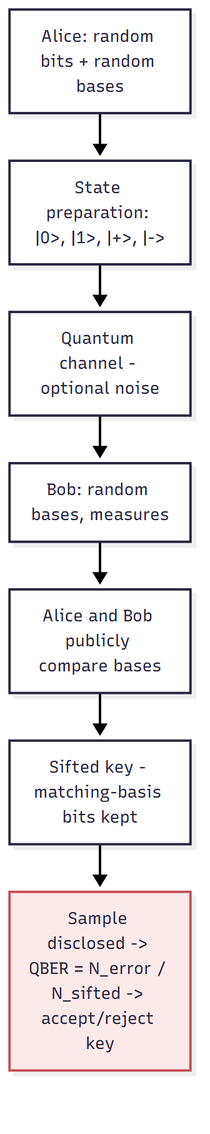
Before: artifacts/figures/diagrams/bb84_protocol_diagram.png, a diagram exported from Mermaid (Debshata/QSFD). Its source is kept beside it as artifacts/diagrams_src/bb84_protocol_diagram.mmd.
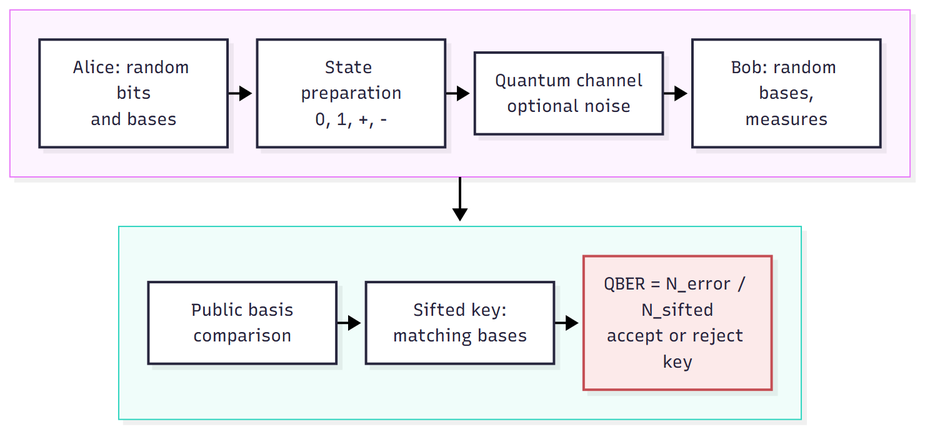
The same file after the commit.

Change to the diagram source:
```diff
@@ -1,8 +1,11 @@
-graph TD
-    A[Alice: random bits + random bases] --> B["State preparation: |0>, |1>, |+>, |->"]
-    B --> C[Quantum channel - optional noise]
-    C --> D[Bob: random bases, measures]
-    D --> E[Alice and Bob publicly compare bases]
-    E --> F[Sifted key - matching-basis bits kept]
-    F --> G["Sample disclosed -> QBER = N_error / N_sifted -> accept/reject key"]
+flowchart TB
+    subgraph R1[" "]
+        direction LR
+        A[Alice: random bits<br/>and bases] --> B[State preparation<br/>0, 1, +, -] --> C[Quantum channel<br/>optional noise] --> D[Bob: random bases,<br/>measures]
+    end
+    subgraph R2[" "]
+        direction LR
+        E[Public basis<br/>comparison] --> F[Sifted key:<br/>matching bases] --> G[QBER = N_error / N_sifted<br/>accept or reject key]
+    end
+    R1 --> R2
     style G fill:#FCEAEA,stroke:#C44E52
```
